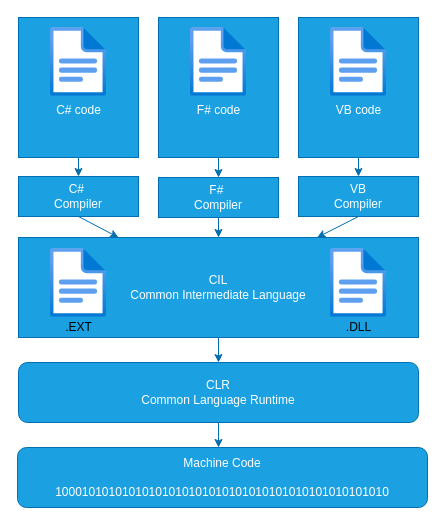
This is C#.NET/101_code_flow.drawio from uwspstar/FullStack, a draw.io file, before an edit. Source tidied: cells renumbered, new cells numbered last; positions are measured from the earlier drawing's top-left corner, leaving out a move shared by most shapes. Both pictures are drawn from the tidied source at 100%, with x=0, y=0 at pixel (17, 17).
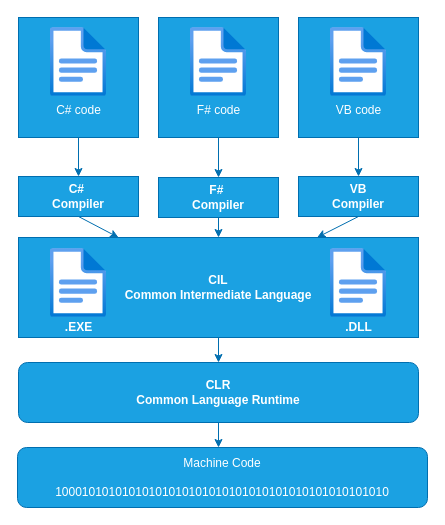
The same page after the edit.

Unchanged cells that the change refers to:
```xml
<mxCell id="12" style="html=1;points=[];align=center;image;fontSize=12;image=img/lib/azure2/general/File.svg;fillColor=#1ba1e2;fontColor=#ffffff;strokeColor=#006EAF;" parent="1" vertex="1">
  <mxGeometry x="33" y="231" width="56" height="69" as="geometry" />
</mxCell>
```

Diff of the diagram source:
```diff
@@
     <mxCell id="2" style="rounded=0;whiteSpace=wrap;html=1;fillColor=#1ba1e2;fontColor=#ffffff;strokeColor=#006EAF;" parent="1" vertex="1">
-      <mxGeometry x="141" width="120" height="140" as="geometry" />
+      <mxGeometry x="141" width="120" height="120" as="geometry" />
     </mxCell>
@@
     <mxCell id="4" style="rounded=0;whiteSpace=wrap;html=1;fillColor=#1ba1e2;fontColor=#ffffff;strokeColor=#006EAF;" parent="1" vertex="1">
-      <mxGeometry x="1" width="120" height="140" as="geometry" />
+      <mxGeometry x="1" width="120" height="120" as="geometry" />
     </mxCell>
@@
     <mxCell id="6" style="rounded=0;whiteSpace=wrap;html=1;fillColor=#1ba1e2;fontColor=#ffffff;strokeColor=#006EAF;" parent="1" vertex="1">
-      <mxGeometry x="281" width="120" height="140" as="geometry" />
+      <mxGeometry x="281" width="120" height="120" as="geometry" />
     </mxCell>
@@
-    <mxCell id="8" value="C#&amp;nbsp;&lt;br&gt;Compiler" style="rounded=0;whiteSpace=wrap;html=1;fillColor=#1ba1e2;fontColor=#ffffff;strokeColor=#006EAF;" parent="1" vertex="1">
+    <mxCell id="8" value="C#&amp;nbsp;&lt;br&gt;Compiler" style="rounded=0;whiteSpace=wrap;html=1;fillColor=#1ba1e2;fontColor=#ffffff;strokeColor=#006EAF;fontStyle=1;" parent="1" vertex="1">
       <mxGeometry x="1" y="159" width="120" height="40" as="geometry" />
     </mxCell>
-    <mxCell id="9" value="F#&amp;nbsp;&lt;br&gt;Compiler" style="rounded=0;whiteSpace=wrap;html=1;fillColor=#1ba1e2;fontColor=#ffffff;strokeColor=#006EAF;" parent="1" vertex="1">
+    <mxCell id="9" value="F#&amp;nbsp;&lt;br&gt;Compiler" style="rounded=0;whiteSpace=wrap;html=1;fillColor=#1ba1e2;fontColor=#ffffff;strokeColor=#006EAF;fontStyle=1;" parent="1" vertex="1">
       <mxGeometry x="141" y="160" width="120" height="40" as="geometry" />
     </mxCell>
-    <mxCell id="10" value="VB&lt;br&gt;Compiler" style="rounded=0;whiteSpace=wrap;html=1;fillColor=#1ba1e2;fontColor=#ffffff;strokeColor=#006EAF;" parent="1" vertex="1">
+    <mxCell id="10" value="VB&lt;br&gt;Compiler" style="rounded=0;whiteSpace=wrap;html=1;fillColor=#1ba1e2;fontColor=#ffffff;strokeColor=#006EAF;fontStyle=1;" parent="1" vertex="1">
       <mxGeometry x="281" y="159" width="120" height="40" as="geometry" />
     </mxCell>
-    <mxCell id="11" value="CIL&lt;br&gt;Common Intermediate Language" style="rounded=0;whiteSpace=wrap;html=1;fillColor=#1ba1e2;fontColor=#ffffff;strokeColor=#006EAF;" parent="1" vertex="1">
+    <mxCell id="11" value="CIL&lt;br&gt;Common Intermediate Language" style="rounded=0;whiteSpace=wrap;html=1;fillColor=#1ba1e2;fontColor=#ffffff;strokeColor=#006EAF;fontStyle=1;" parent="1" vertex="1">
       <mxGeometry x="1" y="220" width="400" height="100" as="geometry" />
     </mxCell>
@@
-    <mxCell id="14" value="CLR&lt;br&gt;Common Language Runtime" style="rounded=1;whiteSpace=wrap;html=1;fillColor=#1ba1e2;fontColor=#ffffff;strokeColor=#006EAF;" parent="1" vertex="1">
+    <mxCell id="14" value="CLR&lt;br&gt;Common Language Runtime" style="rounded=1;whiteSpace=wrap;html=1;fillColor=#1ba1e2;fontColor=#ffffff;strokeColor=#006EAF;fontStyle=1;" parent="1" vertex="1">
       <mxGeometry x="1" y="345" width="400" height="60" as="geometry" />
     </mxCell>
@@
+    <mxCell id="26" style="edgeStyle=none;html=1;fontColor=#FFFFFF;" parent="1" edge="1" source="24" target="12">
+      <mxGeometry relative="1" as="geometry" />
+    </mxCell>
+    <mxCell id="27" style="edgeStyle=none;html=1;fontColor=#FFFFFF;" parent="1" edge="1" source="24" target="12">
+      <mxGeometry relative="1" as="geometry" />
+    </mxCell>
-    <mxCell id="24" value=".EXT" style="text;html=1;align=center;verticalAlign=middle;points=[];fillColor=none;strokeColor=none;rounded=0;" parent="1" vertex="1">
+    <mxCell id="24" value="&lt;font&gt;.EXE&lt;/font&gt;" style="text;html=1;align=center;verticalAlign=middle;points=[];fillColor=none;strokeColor=none;rounded=0;fontStyle=1;fontColor=#FFFFFF;" parent="1" vertex="1">
       <mxGeometry x="41" y="300" width="40" height="20" as="geometry" />
     </mxCell>
-    <mxCell id="25" value=".DLL" style="text;html=1;align=center;verticalAlign=middle;fillColor=none;strokeColor=none;rounded=0;" parent="1" vertex="1">
+    <mxCell id="25" value="&lt;font color=&quot;#ffffff&quot;&gt;.DLL&lt;/font&gt;" style="text;html=1;align=center;verticalAlign=middle;fillColor=none;strokeColor=none;rounded=0;fontStyle=1;" parent="1" vertex="1">
       <mxGeometry x="321" y="300" width="40" height="20" as="geometry" />
     </mxCell>
```
